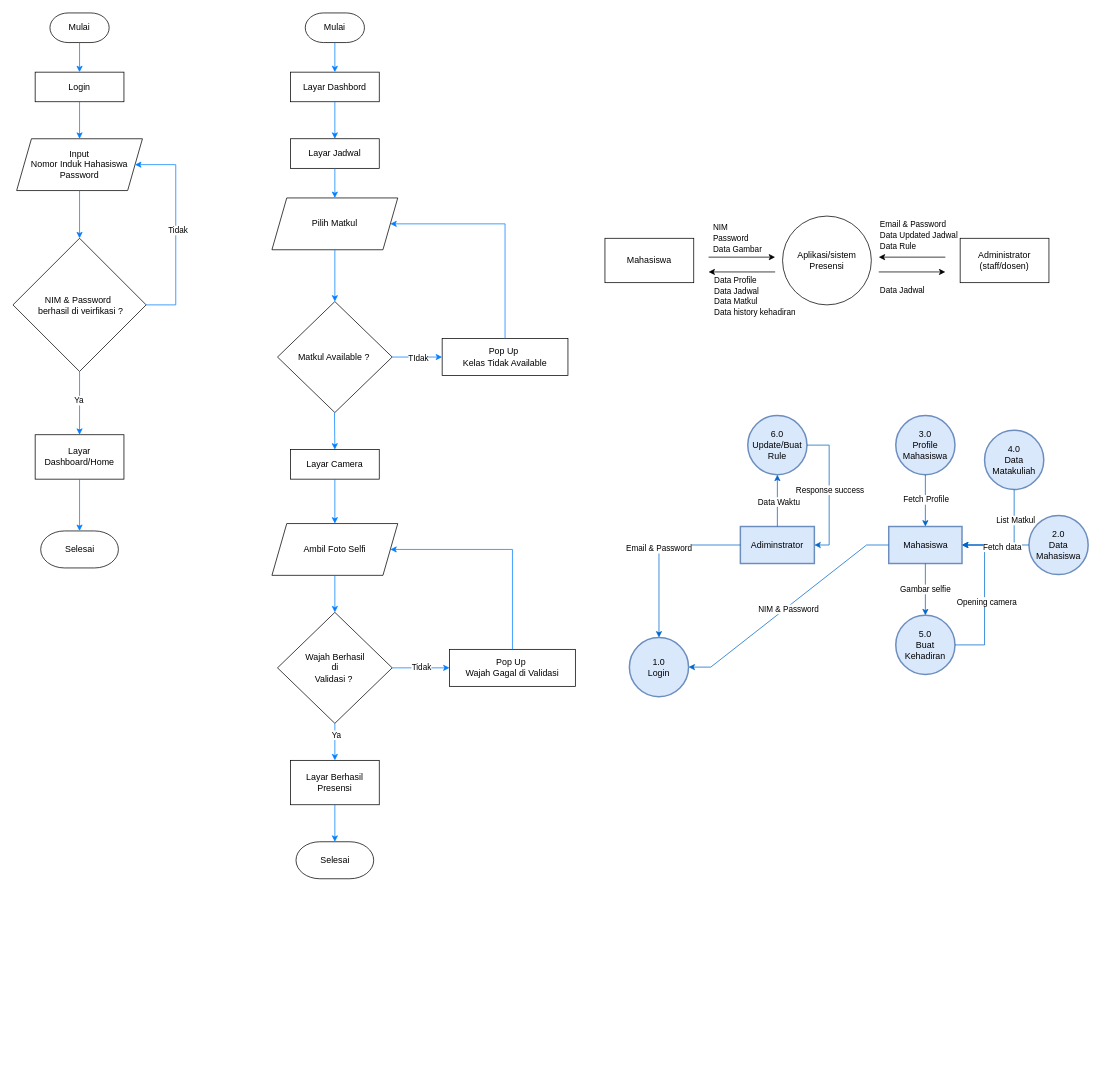
This is flow-chart.drawio from aldomarcelino/learn-uml, a draw.io file, before an edit. Source tidied: cells renumbered, new cells numbered last; positions are measured from the earlier drawing's top-left corner, leaving out a move shared by most shapes. Both pictures are drawn from the tidied source at 74%, with x=0, y=0 at pixel (13, 13).
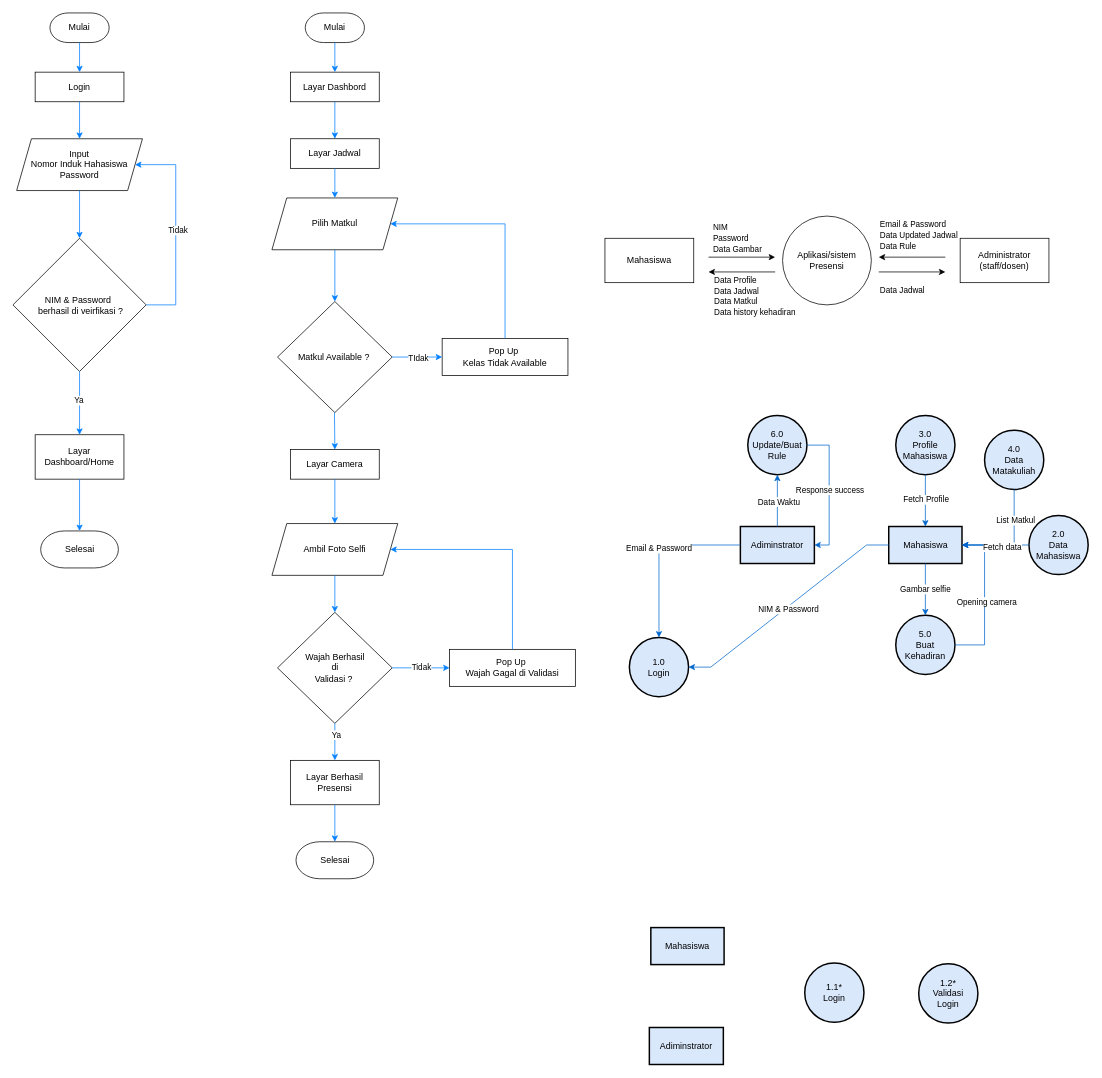
The same page after the edit.

Diff of the diagram source:
```diff
@@
-    <mxCell id="56" value="1.0&lt;div&gt;Login&lt;/div&gt;" style="ellipse;whiteSpace=wrap;html=1;strokeWidth=2;fillColor=#dae8fc;strokeColor=#6c8ebf;" parent="1" vertex="1">
+    <mxCell id="56" value="1.0&lt;div&gt;Login&lt;/div&gt;" style="ellipse;whiteSpace=wrap;html=1;strokeWidth=2;fillColor=#dae8fc;strokeColor=#000000;" parent="1" vertex="1">
       <mxGeometry x="833" y="844" width="80" height="80" as="geometry" />
     </mxCell>
-    <mxCell id="57" value="2.0&lt;div&gt;Data Mahasiswa&lt;/div&gt;" style="ellipse;whiteSpace=wrap;html=1;strokeWidth=2;fillColor=#dae8fc;strokeColor=#6c8ebf;" parent="1" vertex="1">
+    <mxCell id="57" value="2.0&lt;div&gt;Data Mahasiswa&lt;/div&gt;" style="ellipse;whiteSpace=wrap;html=1;strokeWidth=2;fillColor=#dae8fc;strokeColor=#000000;" parent="1" vertex="1">
       <mxGeometry x="1373" y="679" width="80" height="80" as="geometry" />
     </mxCell>
-    <mxCell id="58" value="3.0&lt;div&gt;Profile Mahasiswa&lt;/div&gt;" style="ellipse;whiteSpace=wrap;html=1;strokeWidth=2;fillColor=#dae8fc;strokeColor=#6c8ebf;" parent="1" vertex="1">
+    <mxCell id="58" value="3.0&lt;div&gt;Profile Mahasiswa&lt;/div&gt;" style="ellipse;whiteSpace=wrap;html=1;strokeWidth=2;fillColor=#dae8fc;strokeColor=#000000;" parent="1" vertex="1">
       <mxGeometry x="1193" y="544" width="80" height="80" as="geometry" />
     </mxCell>
-    <mxCell id="59" value="Adiminstrator" style="rounded=0;whiteSpace=wrap;html=1;strokeWidth=2;fillColor=#dae8fc;strokeColor=#6c8ebf;" parent="1" vertex="1">
+    <mxCell id="59" value="Adiminstrator" style="rounded=0;whiteSpace=wrap;html=1;strokeWidth=2;fillColor=#dae8fc;strokeColor=#000000;" parent="1" vertex="1">
       <mxGeometry x="983" y="694" width="100" height="50" as="geometry" />
     </mxCell>
-    <mxCell id="60" value="Mahasiswa" style="rounded=0;whiteSpace=wrap;html=1;strokeWidth=2;fillColor=#dae8fc;strokeColor=#6c8ebf;" parent="1" vertex="1">
+    <mxCell id="60" value="Mahasiswa" style="rounded=0;whiteSpace=wrap;html=1;strokeWidth=2;fillColor=#dae8fc;strokeColor=#000000;" parent="1" vertex="1">
       <mxGeometry x="1183.5" y="694" width="99" height="50" as="geometry" />
     </mxCell>
-    <mxCell id="61" value="5.0&lt;div&gt;Buat Kehadiran&lt;/div&gt;" style="ellipse;whiteSpace=wrap;html=1;strokeWidth=2;fillColor=#dae8fc;strokeColor=#6c8ebf;" parent="1" vertex="1">
+    <mxCell id="61" value="5.0&lt;div&gt;Buat Kehadiran&lt;/div&gt;" style="ellipse;whiteSpace=wrap;html=1;strokeWidth=2;fillColor=#dae8fc;strokeColor=#000000;" parent="1" vertex="1">
       <mxGeometry x="1193" y="814" width="80" height="80" as="geometry" />
     </mxCell>
-    <mxCell id="62" value="6.0&lt;div&gt;Update/Buat Rule&lt;/div&gt;" style="ellipse;whiteSpace=wrap;html=1;strokeWidth=2;fillColor=#dae8fc;strokeColor=#6c8ebf;" parent="1" vertex="1">
+    <mxCell id="62" value="6.0&lt;div&gt;Update/Buat Rule&lt;/div&gt;" style="ellipse;whiteSpace=wrap;html=1;strokeWidth=2;fillColor=#dae8fc;strokeColor=#000000;" parent="1" vertex="1">
       <mxGeometry x="993" y="544" width="80" height="80" as="geometry" />
     </mxCell>
@@
-    <mxCell id="71" value="4.0&lt;div&gt;Data Matakuliah&lt;/div&gt;" style="ellipse;whiteSpace=wrap;html=1;strokeWidth=2;fillColor=#dae8fc;strokeColor=#6c8ebf;" parent="1" vertex="1">
+    <mxCell id="71" value="4.0&lt;div&gt;Data Matakuliah&lt;/div&gt;" style="ellipse;whiteSpace=wrap;html=1;strokeWidth=2;fillColor=#dae8fc;strokeColor=#000000;" parent="1" vertex="1">
       <mxGeometry x="1313" y="564" width="80" height="80" as="geometry" />
     </mxCell>
@@
+    <mxCell id="81" value="Adiminstrator" style="rounded=0;whiteSpace=wrap;html=1;strokeWidth=2;fillColor=#dae8fc;strokeColor=#000000;" parent="1" vertex="1">
+      <mxGeometry x="860" y="1371" width="100" height="50" as="geometry" />
+    </mxCell>
+    <mxCell id="82" value="Mahasiswa" style="rounded=0;whiteSpace=wrap;html=1;strokeWidth=2;fillColor=#dae8fc;strokeColor=#000000;" parent="1" vertex="1">
+      <mxGeometry x="862" y="1236" width="99" height="50" as="geometry" />
+    </mxCell>
+    <mxCell id="83" value="1.1*&lt;div&gt;Login&lt;/div&gt;" style="ellipse;whiteSpace=wrap;html=1;strokeWidth=2;fillColor=#dae8fc;strokeColor=#000000;" parent="1" vertex="1">
+      <mxGeometry x="1070" y="1284" width="80" height="80" as="geometry" />
+    </mxCell>
+    <mxCell id="84" value="1.2*&lt;div&gt;Validasi&lt;/div&gt;&lt;div&gt;Login&lt;/div&gt;" style="ellipse;whiteSpace=wrap;html=1;strokeWidth=2;fillColor=#dae8fc;strokeColor=#000000;" parent="1" vertex="1">
+      <mxGeometry x="1224" y="1285" width="80" height="80" as="geometry" />
+    </mxCell>
```
